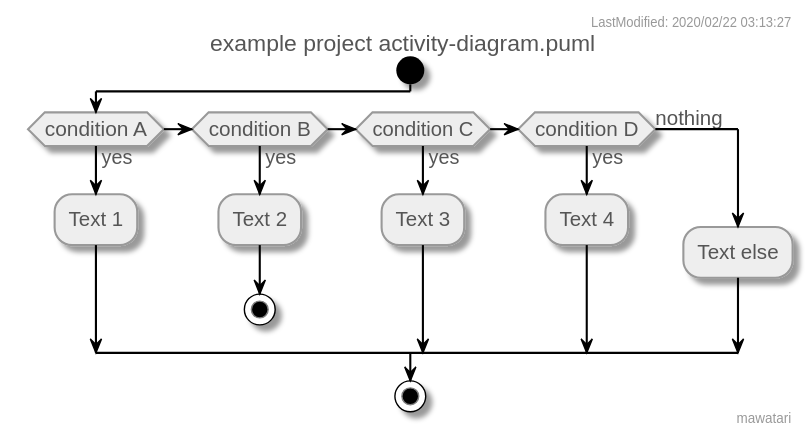
Before: activity-diagram.svg, a diagram exported from PlantUML (mawatari/example-project-uml).
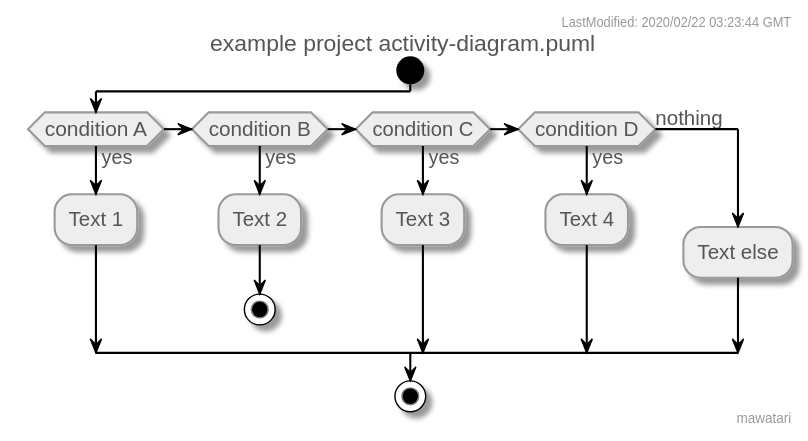
The same file after the commit.

Commit message:
Automatically generated PlantUML images.

The edit, as a diff of the source:
```diff
@@ -1,8 +1,4 @@
 @startuml
-
-right header LastModified: 2020/02/22 03:13:27
-right footer mawatari
-title example project activity-diagram.puml
 skinparam {
   BoxPadding 5
   ParticipantPadding 10
@@ -41,6 +37,9 @@
   DiamondBackgroundColor #eeeeee
   DiamondBorderColor #999999
 }
+right header LastModified: 2020/02/22 03:23:44 GMT
+right footer mawatari
+title example project activity-diagram.puml
 
 start
 if (condition A) then (yes)
```
